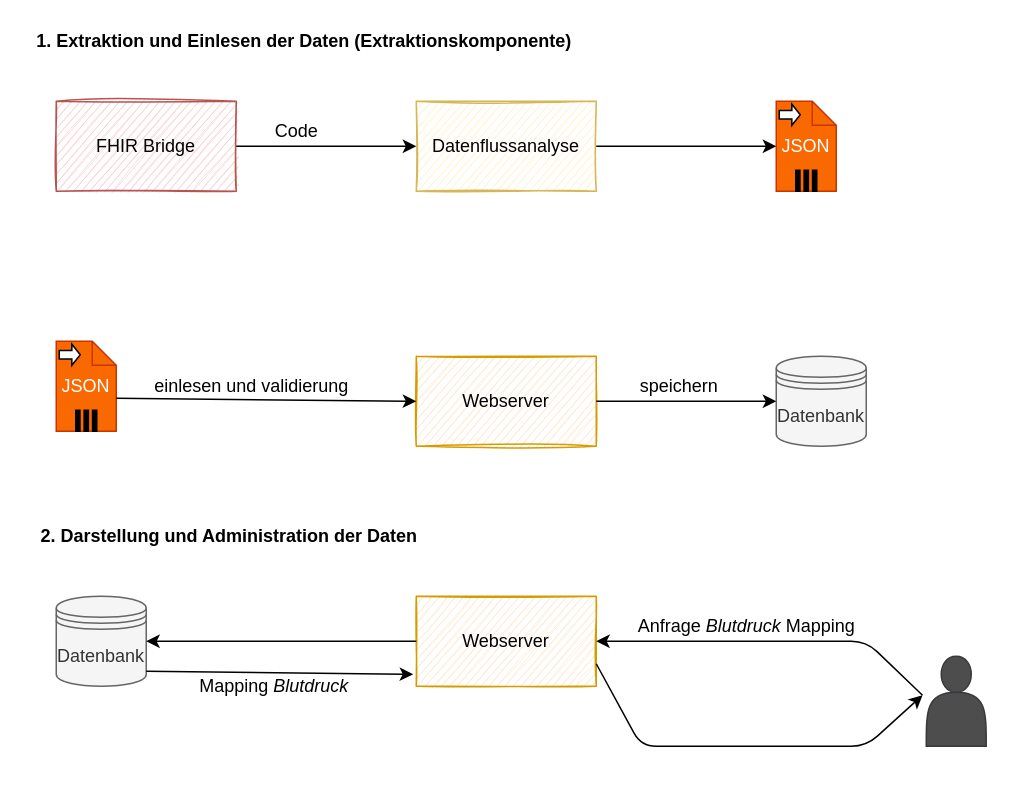
Before: MaKonzept.drawio in jsachau/drawio, a draw.io diagram. Source tidied: cells renumbered, new cells numbered last; positions are measured from the earlier drawing's top-left corner, leaving out a move shared by most shapes. Both pictures are drawn from the tidied source at 150%, with x=0, y=0 at pixel (26, 26).
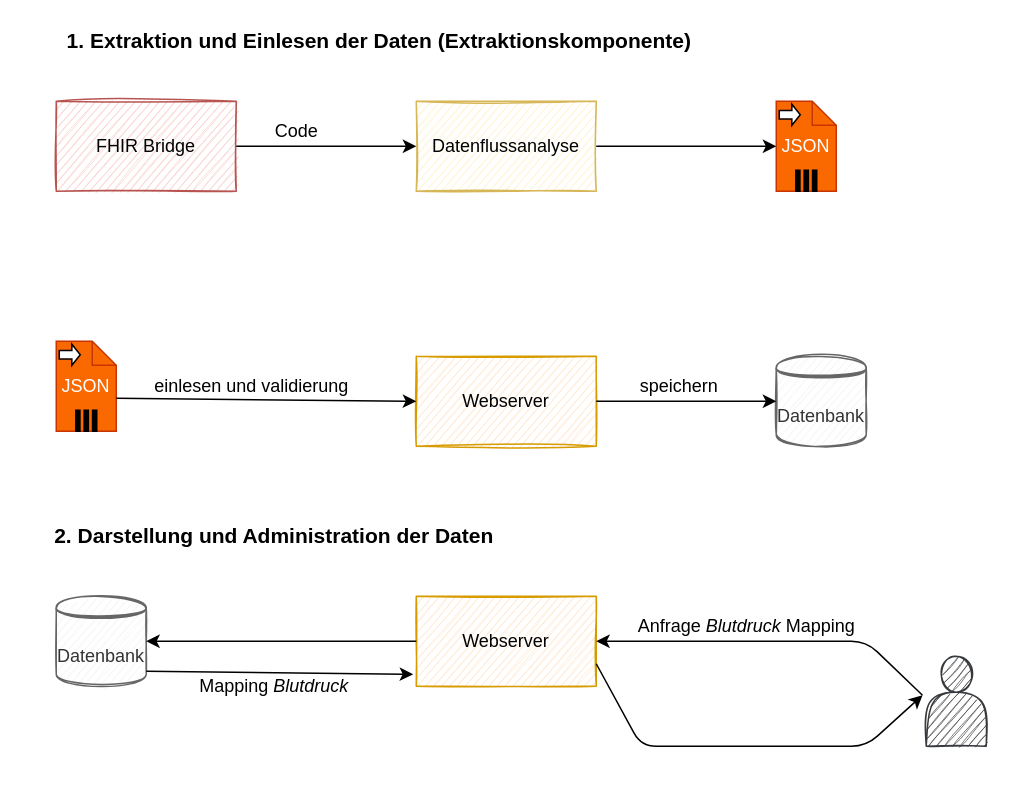
After the change.

The edit, as a diff of the source:
```diff
@@
-    <mxCell id="4" value="JSON" style="shape=note;whiteSpace=wrap;size=16;html=1;fillColor=#fa6800;strokeColor=#C73500;fontColor=#ffffff;" parent="1" vertex="1">
+    <mxCell id="4" value="JSON" style="shape=note;whiteSpace=wrap;size=16;html=1;fillColor=#fa6800;strokeColor=#C73500;fontColor=#ffffff;sketch=0;" parent="1" vertex="1">
       <mxGeometry x="500" y="50" width="40" height="60" as="geometry" />
     </mxCell>
@@
-    <mxCell id="7" value="Datenbank" style="shape=datastore;whiteSpace=wrap;html=1;fillColor=#f5f5f5;strokeColor=#666666;fontColor=#333333;" parent="1" vertex="1">
+    <mxCell id="7" value="Datenbank" style="shape=datastore;whiteSpace=wrap;html=1;fillColor=#f5f5f5;strokeColor=#666666;fontColor=#333333;sketch=1;" parent="1" vertex="1">
       <mxGeometry x="20" y="380" width="60" height="60" as="geometry" />
     </mxCell>
@@
-    <mxCell id="13" value="Datenbank" style="shape=datastore;whiteSpace=wrap;html=1;fillColor=#f5f5f5;strokeColor=#666666;fontColor=#333333;" parent="1" vertex="1">
+    <mxCell id="13" value="Datenbank" style="shape=datastore;whiteSpace=wrap;html=1;fillColor=#f5f5f5;strokeColor=#666666;fontColor=#333333;sketch=1;" parent="1" vertex="1">
       <mxGeometry x="500" y="220" width="60" height="60" as="geometry" />
     </mxCell>
@@
-    <mxCell id="23" value="&lt;b&gt;1. Extraktion und Einlesen der Daten (Extraktionskomponente)&lt;/b&gt;" style="text;html=1;align=center;verticalAlign=middle;" parent="1" vertex="1">
-      <mxGeometry width="370" height="20" as="geometry" />
+    <mxCell id="23" value="&lt;b&gt;&lt;font style=&quot;font-size: 14px&quot;&gt;1. Extraktion und Einlesen der Daten (Extraktionskomponente)&lt;/font&gt;&lt;/b&gt;" style="text;html=1;align=center;verticalAlign=middle;" parent="1" vertex="1">
+      <mxGeometry x="20" width="430" height="20" as="geometry" />
     </mxCell>
-    <mxCell id="24" value="&lt;b&gt;2. Darstellung und Administration der Daten&lt;/b&gt;" style="text;html=1;align=center;verticalAlign=middle;" parent="1" vertex="1">
-      <mxGeometry y="330" width="270" height="20" as="geometry" />
+    <mxCell id="24" value="&lt;b&gt;&lt;font style=&quot;font-size: 14px&quot;&gt;2. Darstellung und Administration der Daten&lt;/font&gt;&lt;/b&gt;" style="text;html=1;align=center;verticalAlign=middle;" parent="1" vertex="1">
+      <mxGeometry x="10" y="330" width="310" height="20" as="geometry" />
     </mxCell>
@@
-    <mxCell id="29" style="shape=actor;whiteSpace=wrap;html=1;rounded=0;shadow=0;glass=0;sketch=0;strokeColor=#36393d;fillColor=#4D4D4D;" parent="1" vertex="1">
+    <mxCell id="29" style="shape=actor;whiteSpace=wrap;html=1;rounded=0;shadow=0;glass=0;sketch=1;strokeColor=#36393d;fillColor=#4D4D4D;" parent="1" vertex="1">
       <mxGeometry x="600" y="420" width="40" height="60" as="geometry" />
     </mxCell>
```
